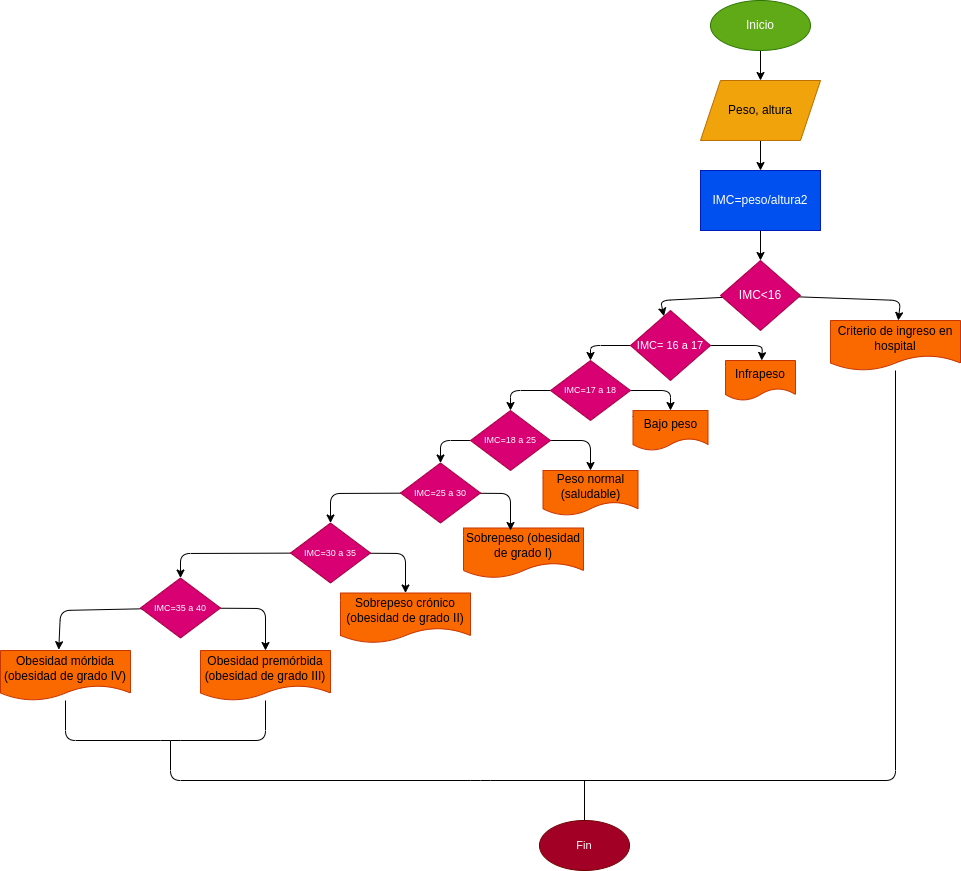
Above: ejercicio4/diagrama.png in Paugs09/estructuras_condicionales (draw.io), before the change. Source tidied: cells renumbered, new cells last; positions are measured from the earlier drawing's top-left corner, leaving out a move shared by most shapes.
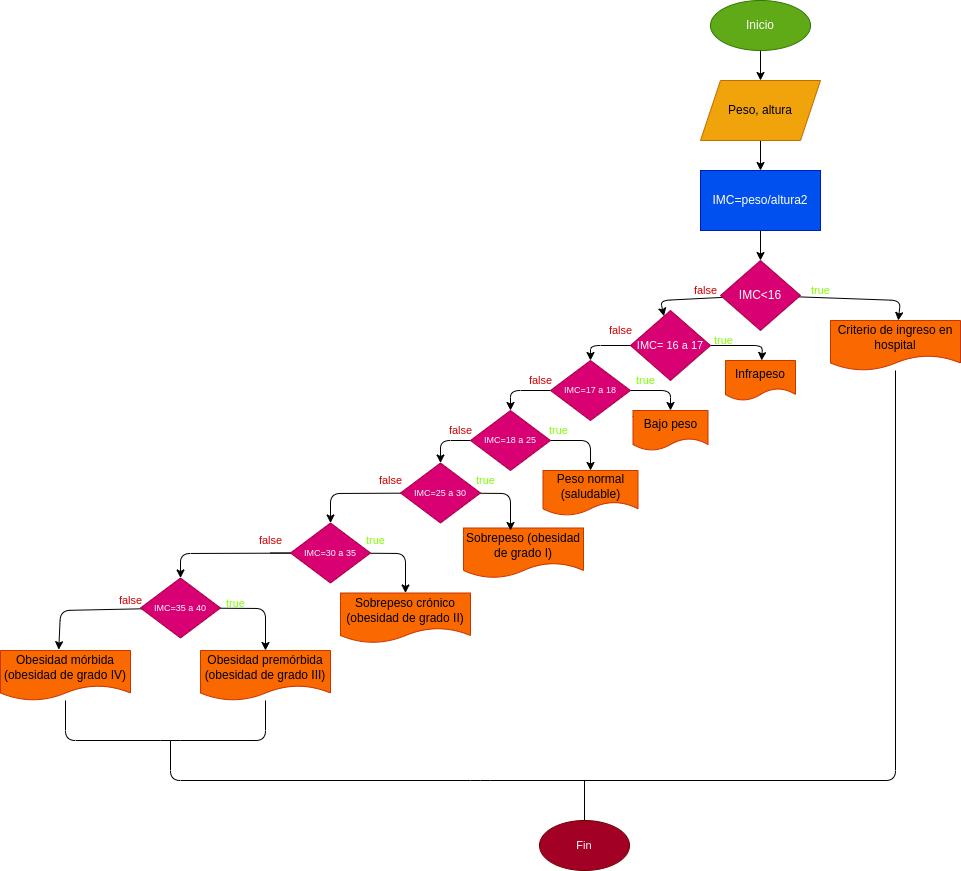
The same diagram one commit later.

Change to the diagram source:
```diff
@@ -163,6 +163,9 @@
         </Array>
       </mxGeometry>
     </mxCell>
+    <mxCell id="41" style="edgeStyle=none;html=1;entryX=0.5;entryY=1.125;entryDx=0;entryDy=0;entryPerimeter=0;fontSize=11;fontColor=#CC0000;endArrow=none;endFill=0;" parent="1" edge="1" source="35" target="50">
+      <mxGeometry relative="1" as="geometry" />
+    </mxCell>
     <mxCell id="35" value="IMC=30 a 35" style="rhombus;whiteSpace=wrap;html=1;fontSize=9;fillColor=#d80073;fontColor=#ffffff;strokeColor=#A50040;" parent="1" vertex="1">
       <mxGeometry x="290" y="522.5" width="80" height="60" as="geometry" />
     </mxCell>
@@ -191,5 +194,47 @@
     <mxCell id="40" value="Fin" style="ellipse;whiteSpace=wrap;html=1;fontSize=11;fillColor=#a20025;fontColor=#ffffff;strokeColor=#6F0000;" parent="1" vertex="1">
       <mxGeometry x="539" y="820" width="90" height="50" as="geometry" />
     </mxCell>
+    <mxCell id="42" value="true" style="text;html=1;align=center;verticalAlign=middle;fontSize=11;fontColor=#80FF00;" parent="1" vertex="1">
+      <mxGeometry x="805" y="280" width="30" height="20" as="geometry" />
+    </mxCell>
+    <mxCell id="43" value="true" style="text;html=1;align=center;verticalAlign=middle;fontSize=11;fontColor=#80FF00;" parent="1" vertex="1">
+      <mxGeometry x="707.5" y="330" width="30" height="20" as="geometry" />
+    </mxCell>
+    <mxCell id="44" value="true" style="text;html=1;align=center;verticalAlign=middle;fontSize=11;fontColor=#80FF00;" parent="1" vertex="1">
+      <mxGeometry x="630" y="370" width="30" height="20" as="geometry" />
+    </mxCell>
+    <mxCell id="45" value="true" style="text;html=1;align=center;verticalAlign=middle;fontSize=11;fontColor=#80FF00;" parent="1" vertex="1">
+      <mxGeometry x="542.5" y="420" width="30" height="20" as="geometry" />
+    </mxCell>
+    <mxCell id="46" value="true" style="text;html=1;align=center;verticalAlign=middle;fontSize=11;fontColor=#80FF00;" parent="1" vertex="1">
+      <mxGeometry x="470" y="470" width="30" height="20" as="geometry" />
+    </mxCell>
+    <mxCell id="47" value="true" style="text;html=1;align=center;verticalAlign=middle;fontSize=11;fontColor=#80FF00;" parent="1" vertex="1">
+      <mxGeometry x="360" y="530" width="30" height="20" as="geometry" />
+    </mxCell>
+    <mxCell id="48" value="true" style="text;html=1;align=center;verticalAlign=middle;fontSize=11;fontColor=#80FF00;" parent="1" vertex="1">
+      <mxGeometry x="220" y="592.5" width="30" height="20" as="geometry" />
+    </mxCell>
+    <mxCell id="49" value="&lt;font color=&quot;#cc0000&quot;&gt;false&lt;/font&gt;" style="text;html=1;align=center;verticalAlign=middle;strokeColor=none;fillColor=none;fontSize=11;fontColor=#80FF00;" parent="1" vertex="1">
+      <mxGeometry x="110" y="590" width="40" height="20" as="geometry" />
+    </mxCell>
+    <mxCell id="50" value="&lt;font color=&quot;#cc0000&quot;&gt;false&lt;/font&gt;" style="text;html=1;align=center;verticalAlign=middle;points=[];strokeColor=none;fillColor=none;fontSize=11;fontColor=#80FF00;" parent="1" vertex="1">
+      <mxGeometry x="250" y="530" width="40" height="20" as="geometry" />
+    </mxCell>
+    <mxCell id="51" value="&lt;font color=&quot;#cc0000&quot;&gt;false&lt;/font&gt;" style="text;html=1;align=center;verticalAlign=middle;strokeColor=none;fillColor=none;fontSize=11;fontColor=#80FF00;" parent="1" vertex="1">
+      <mxGeometry x="370" y="470" width="40" height="20" as="geometry" />
+    </mxCell>
+    <mxCell id="52" value="&lt;font color=&quot;#cc0000&quot;&gt;false&lt;/font&gt;" style="text;html=1;align=center;verticalAlign=middle;strokeColor=none;fillColor=none;fontSize=11;fontColor=#80FF00;" parent="1" vertex="1">
+      <mxGeometry x="440" y="420" width="40" height="20" as="geometry" />
+    </mxCell>
+    <mxCell id="53" value="&lt;font color=&quot;#cc0000&quot;&gt;false&lt;/font&gt;" style="text;html=1;align=center;verticalAlign=middle;strokeColor=none;fillColor=none;fontSize=11;fontColor=#80FF00;" parent="1" vertex="1">
+      <mxGeometry x="520" y="370" width="40" height="20" as="geometry" />
+    </mxCell>
+    <mxCell id="54" value="&lt;font color=&quot;#cc0000&quot;&gt;false&lt;/font&gt;" style="text;html=1;align=center;verticalAlign=middle;strokeColor=none;fillColor=none;fontSize=11;fontColor=#80FF00;" parent="1" vertex="1">
+      <mxGeometry x="600" y="320" width="40" height="20" as="geometry" />
+    </mxCell>
+    <mxCell id="55" value="&lt;font color=&quot;#cc0000&quot;&gt;false&lt;/font&gt;" style="text;html=1;align=center;verticalAlign=middle;strokeColor=none;fillColor=none;fontSize=11;fontColor=#80FF00;" parent="1" vertex="1">
+      <mxGeometry x="685" y="280" width="40" height="20" as="geometry" />
+    </mxCell>
   </root>
 </mxGraphModel>
```
